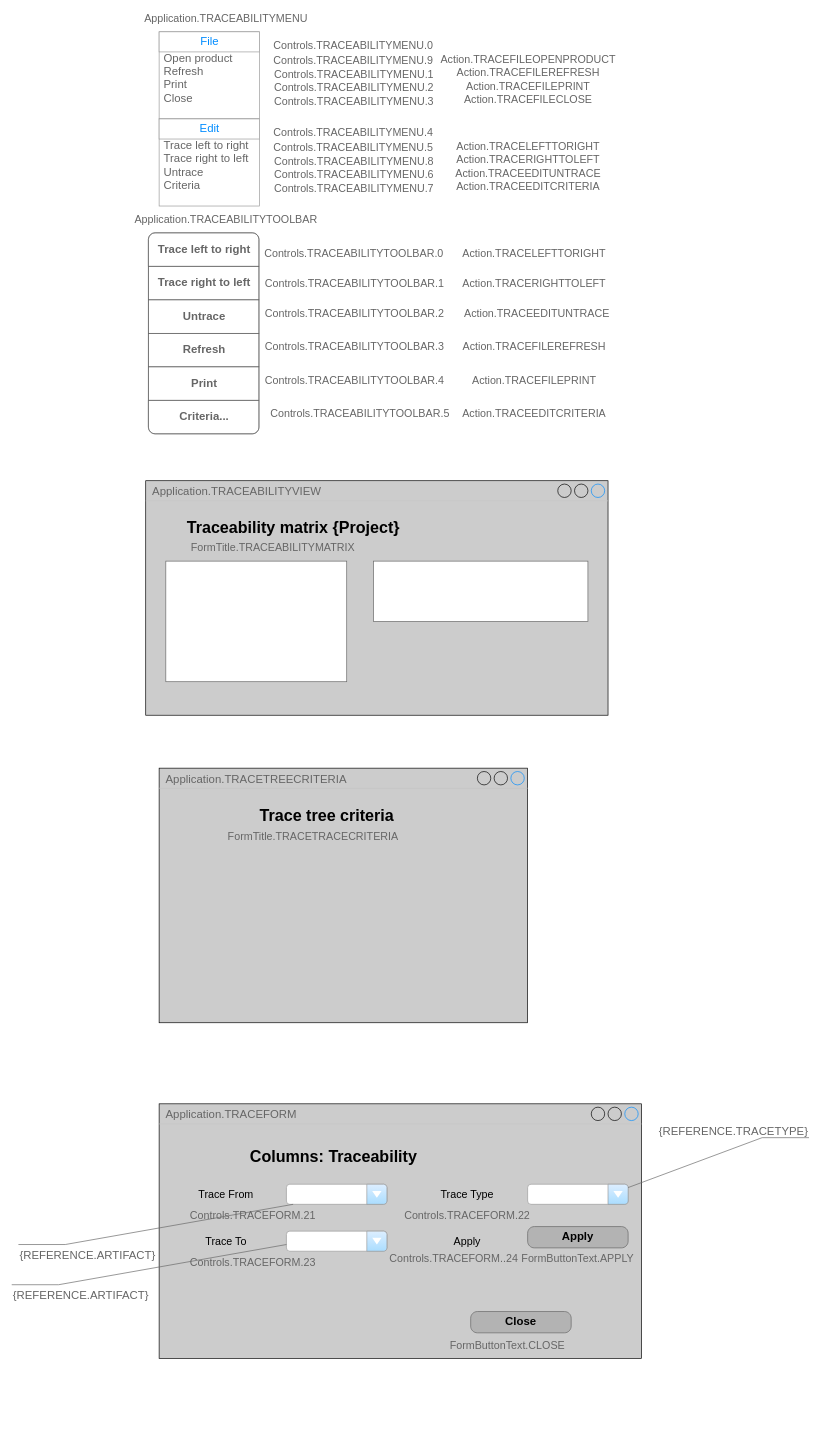
haclong/drawings keeps this draw.io diagram as page "View.Traceability" (12 of 13) of hnc.drawio. Above is the earlier version. Source tidied: cells renumbered, new cells numbered last; positions are measured from the earlier drawing's top-left corner, leaving out a move shared by most shapes. Both pictures are drawn from the tidied source at 67%, with x=0, y=0 at pixel (11, 11).
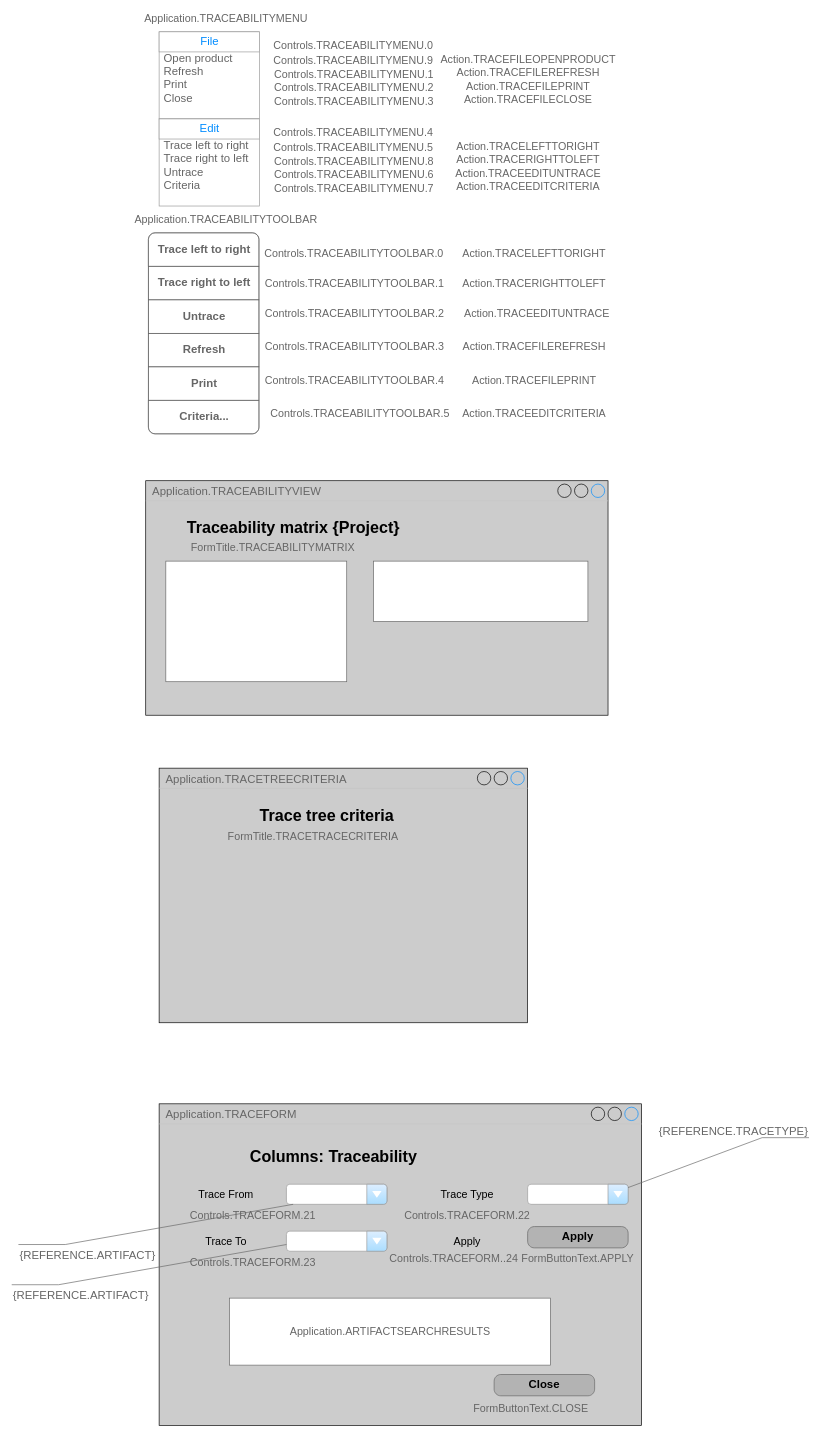
Above is the later version.

The edit, as a diff of the source:
```diff
@@
     <mxCell id="61" value="Application.TRACEFORM" style="strokeWidth=1;shadow=0;dashed=0;align=center;html=1;shape=mxgraph.mockup.containers.window;align=left;verticalAlign=top;spacingLeft=8;strokeColor2=#008cff;strokeColor3=#c4c4c4;fontColor=#666666;mainText=;fontSize=17;labelBackgroundColor=none;fillColor=#CCCCCC;" parent="1" vertex="1">
-      <mxGeometry x="220" y="1630" width="720" height="380" as="geometry" />
+      <mxGeometry x="220" y="1630" width="720" height="480" as="geometry" />
     </mxCell>
@@
     <mxCell id="75" value="Close" style="strokeWidth=1;shadow=0;dashed=0;align=center;html=1;shape=mxgraph.mockup.buttons.button;strokeColor=#666666;mainText=;buttonStyle=round;fontSize=17;fontStyle=1;whiteSpace=wrap;fillColor=#B3B3B3;" parent="1" vertex="1">
-      <mxGeometry x="685" y="1940" width="150" height="31.8" as="geometry" />
+      <mxGeometry x="720" y="2034" width="150" height="31.8" as="geometry" />
     </mxCell>
     <mxCell id="76" value="FormButtonText.CLOSE" style="text;html=1;strokeColor=none;fillColor=none;align=center;verticalAlign=middle;whiteSpace=wrap;rounded=0;fontSize=16;fontColor=#666666;" parent="1" vertex="1">
-      <mxGeometry x="720" y="1980" width="40" height="20" as="geometry" />
+      <mxGeometry x="755" y="2074" width="40" height="20" as="geometry" />
     </mxCell>
@@
+    <mxCell id="81" style="rounded=0;whiteSpace=wrap;html=1;shadow=0;strokeColor=#666666;strokeWidth=1;fillColor=#FFFFFF;fontSize=16;fontColor=#666666;align=right;" parent="1" vertex="1">
+      <mxGeometry x="325" y="1920" width="479" height="100" as="geometry" />
+    </mxCell>
+    <mxCell id="82" value="Application.ARTIFACTSEARCHRESULTS" style="text;html=1;strokeColor=none;fillColor=none;align=center;verticalAlign=middle;whiteSpace=wrap;rounded=0;fontSize=16;fontColor=#666666;" parent="1" vertex="1">
+      <mxGeometry x="544.5" y="1960" width="40" height="20" as="geometry" />
+    </mxCell>
```
